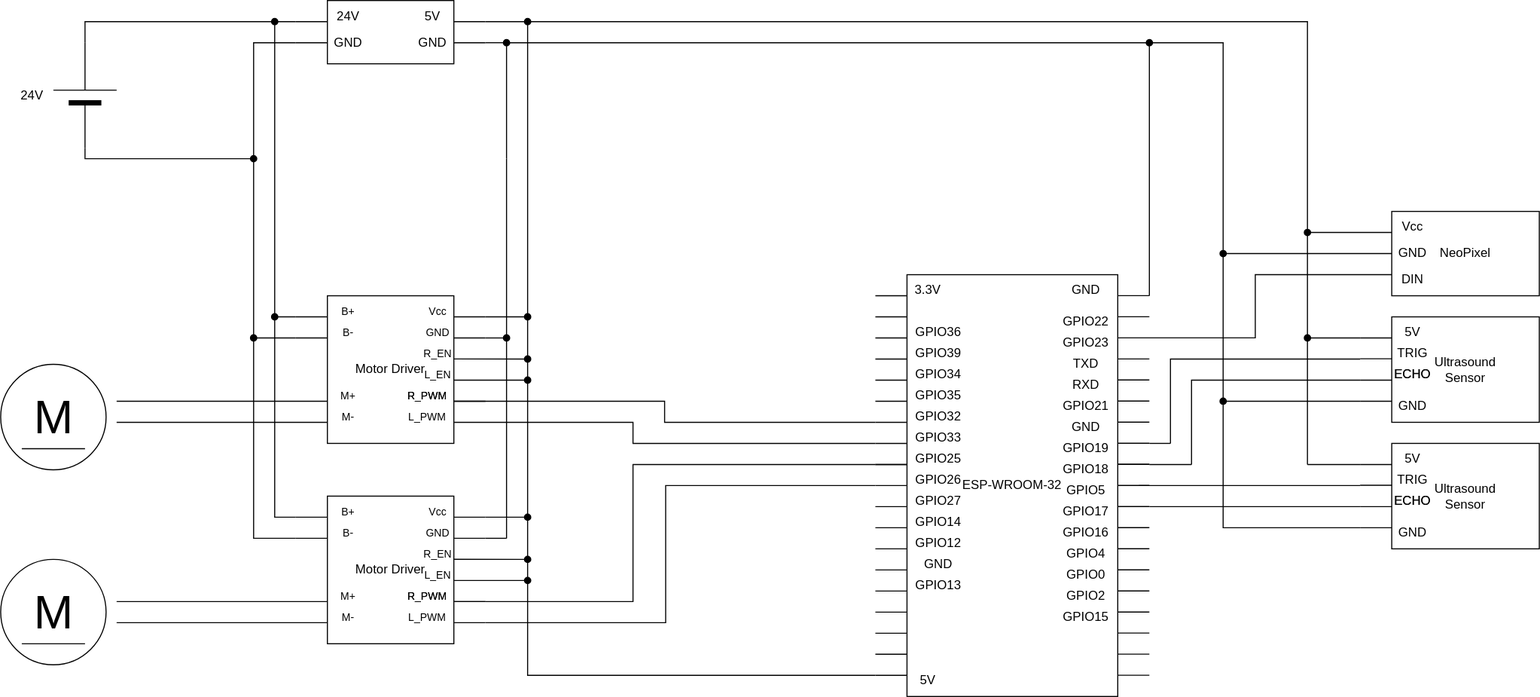
Above: docs/hardware/mymachine.drawio.svg in BrnoMarsRover/myMachine-Fan (draw.io), before the change. Source tidied: cells renumbered, new cells last; positions are measured from the earlier drawing's top-left corner, leaving out a move shared by most shapes.
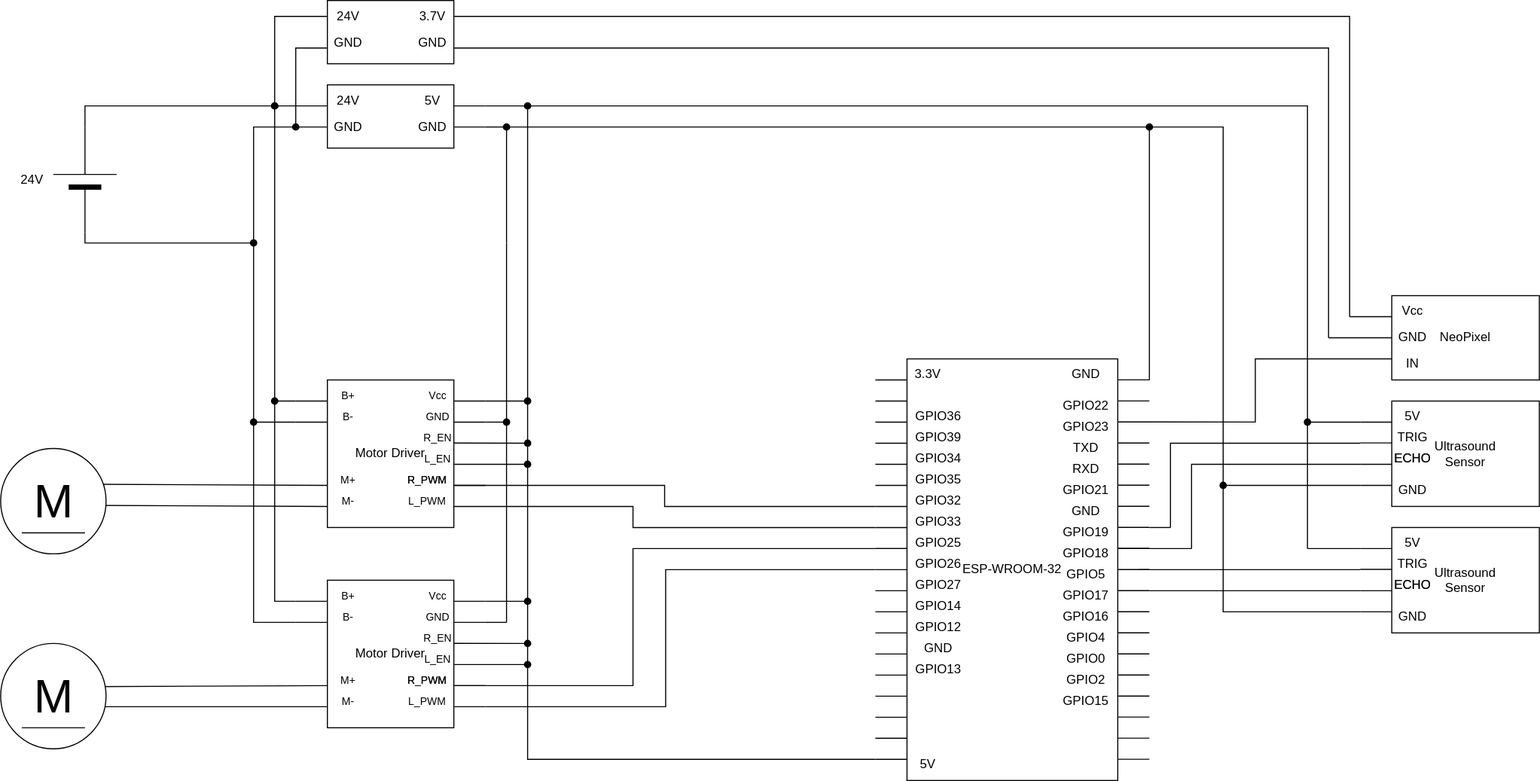
After the change.

Commit message:
Přidán 3.7V DCDC měnič do schéma

Diff of the diagram source:
```diff
@@ -2,6 +2,44 @@
   <root>
     <mxCell id="0" />
     <mxCell id="1" parent="0" />
+    <mxCell id="193" style="group;" parent="1" vertex="1">
+      <mxGeometry x="300" y="-80" width="140" height="60" as="geometry" />
+    </mxCell>
+    <mxCell id="194" style="rounded=0;whiteSpace=wrap;html=1;" parent="193" vertex="1">
+      <mxGeometry x="10" width="120" height="60" as="geometry" />
+    </mxCell>
+    <mxCell id="195" value="24V" style="text;html=1;whiteSpace=wrap;strokeColor=none;fillColor=none;align=center;verticalAlign=middle;rounded=0;" parent="193" vertex="1">
+      <mxGeometry width="60" height="30" as="geometry" />
+    </mxCell>
+    <mxCell id="196" value="GND" style="text;html=1;whiteSpace=wrap;strokeColor=none;fillColor=none;align=center;verticalAlign=middle;rounded=0;" parent="193" vertex="1">
+      <mxGeometry y="25" width="60" height="30" as="geometry" />
+    </mxCell>
+    <mxCell id="197" value="GND" style="text;html=1;whiteSpace=wrap;strokeColor=none;fillColor=none;align=center;verticalAlign=middle;rounded=0;" parent="193" vertex="1">
+      <mxGeometry x="80" y="25" width="60" height="30" as="geometry" />
+    </mxCell>
+    <mxCell id="198" value="3.7V" style="text;html=1;whiteSpace=wrap;strokeColor=none;fillColor=none;align=center;verticalAlign=middle;rounded=0;" parent="193" vertex="1">
+      <mxGeometry x="80" width="60" height="30" as="geometry" />
+    </mxCell>
+    <mxCell id="199" style="edgeStyle=orthogonalEdgeStyle;rounded=0;jettySize=auto;html=1;exitX=0;exitY=0.75;exitDx=0;exitDy=0;endArrow=oval;endFill=1;" parent="193" edge="1" source="194">
+      <mxGeometry relative="1" as="geometry">
+        <mxPoint x="-20" y="120" as="targetPoint" />
+      </mxGeometry>
+    </mxCell>
+    <mxCell id="200" style="edgeStyle=orthogonalEdgeStyle;rounded=0;jettySize=auto;html=1;exitX=0;exitY=0.25;exitDx=0;exitDy=0;endArrow=oval;endFill=1;" parent="193" edge="1" source="194">
+      <mxGeometry relative="1" as="geometry">
+        <mxPoint x="-40" y="100" as="targetPoint" />
+      </mxGeometry>
+    </mxCell>
+    <mxCell id="201" style="edgeStyle=orthogonalEdgeStyle;rounded=0;jettySize=auto;html=1;exitX=1;exitY=0.25;exitDx=0;exitDy=0;endArrow=none;endFill=0;" parent="193" edge="1" source="194">
+      <mxGeometry relative="1" as="geometry">
+        <mxPoint x="980" y="300" as="targetPoint" />
+      </mxGeometry>
+    </mxCell>
+    <mxCell id="202" style="edgeStyle=orthogonalEdgeStyle;rounded=0;jettySize=auto;html=1;exitX=1;exitY=0.75;exitDx=0;exitDy=0;endArrow=none;endFill=0;" parent="193" edge="1" source="194">
+      <mxGeometry relative="1" as="geometry">
+        <mxPoint x="960" y="320" as="targetPoint" />
+      </mxGeometry>
+    </mxCell>
     <mxCell id="2" value="ESP-WROOM-32" style="rounded=0;whiteSpace=wrap;html=1;" parent="1" vertex="1">
       <mxGeometry x="860" y="260" width="200" height="400" as="geometry" />
     </mxCell>
@@ -285,13 +323,13 @@
     </mxCell>
     <mxCell id="50" style="endArrow=none;html=1;rounded=0;entryX=0.002;entryY=0.12;entryDx=0;entryDy=0;entryPerimeter=0;" parent="1" edge="1">
       <mxGeometry relative="1" as="geometry">
-        <mxPoint x="110" y="380" as="sourcePoint" />
+        <mxPoint x="86" y="379" as="sourcePoint" />
         <mxPoint x="310" y="380" as="targetPoint" />
       </mxGeometry>
     </mxCell>
     <mxCell id="51" style="endArrow=none;html=1;rounded=0;entryX=0.002;entryY=0.12;entryDx=0;entryDy=0;entryPerimeter=0;" parent="1" edge="1">
       <mxGeometry relative="1" as="geometry">
-        <mxPoint x="110" y="400" as="sourcePoint" />
+        <mxPoint x="77" y="399" as="sourcePoint" />
         <mxPoint x="310" y="400" as="targetPoint" />
       </mxGeometry>
     </mxCell>
@@ -395,13 +433,13 @@
     </mxCell>
     <mxCell id="73" style="endArrow=none;html=1;rounded=0;entryX=0.002;entryY=0.12;entryDx=0;entryDy=0;entryPerimeter=0;" parent="1" edge="1">
       <mxGeometry relative="1" as="geometry">
-        <mxPoint x="110" y="570" as="sourcePoint" />
+        <mxPoint x="82" y="571" as="sourcePoint" />
         <mxPoint x="310" y="570" as="targetPoint" />
       </mxGeometry>
     </mxCell>
     <mxCell id="74" style="endArrow=none;html=1;rounded=0;entryX=0.002;entryY=0.12;entryDx=0;entryDy=0;entryPerimeter=0;" parent="1" edge="1">
       <mxGeometry relative="1" as="geometry">
-        <mxPoint x="110" y="590" as="sourcePoint" />
+        <mxPoint x="90" y="590" as="sourcePoint" />
         <mxPoint x="310" y="590" as="targetPoint" />
       </mxGeometry>
     </mxCell>
@@ -939,14 +977,14 @@
     <mxCell id="186" value="GPIO13" style="text;html=1;whiteSpace=wrap;strokeColor=none;fillColor=none;align=center;verticalAlign=middle;rounded=0;" parent="1" vertex="1">
       <mxGeometry x="860" y="540" width="60" height="30" as="geometry" />
     </mxCell>
-    <mxCell id="187" style="edgeStyle=orthogonalEdgeStyle;rounded=0;jettySize=auto;html=1;exitX=0;exitY=0.25;exitDx=0;exitDy=0;endArrow=oval;endFill=1;" parent="1" edge="1" source="189">
+    <mxCell id="187" style="edgeStyle=orthogonalEdgeStyle;rounded=0;jettySize=auto;html=1;exitX=0;exitY=0.25;exitDx=0;exitDy=0;endArrow=none;endFill=0;" parent="1" edge="1" source="189">
       <mxGeometry relative="1" as="geometry">
-        <mxPoint x="1240" y="220" as="targetPoint" />
+        <mxPoint x="1280" y="220" as="targetPoint" />
       </mxGeometry>
     </mxCell>
-    <mxCell id="188" style="edgeStyle=orthogonalEdgeStyle;rounded=0;jettySize=auto;html=1;exitX=0;exitY=0.5;exitDx=0;exitDy=0;endArrow=oval;endFill=1;" parent="1" edge="1" source="189">
+    <mxCell id="188" style="edgeStyle=orthogonalEdgeStyle;rounded=0;jettySize=auto;html=1;exitX=0;exitY=0.5;exitDx=0;exitDy=0;endArrow=none;endFill=0;" parent="1" edge="1" source="189">
       <mxGeometry relative="1" as="geometry">
-        <mxPoint x="1160" y="240" as="targetPoint" />
+        <mxPoint x="1260" y="240" as="targetPoint" />
       </mxGeometry>
     </mxCell>
     <mxCell id="189" value="NeoPixel" style="whiteSpace=wrap;html=1;" parent="1" vertex="1">
@@ -958,7 +996,7 @@
     <mxCell id="191" value="GND" style="text;html=1;whiteSpace=wrap;strokeColor=none;fillColor=none;align=center;verticalAlign=middle;rounded=0;" parent="1" vertex="1">
       <mxGeometry x="1310" y="225" width="60" height="30" as="geometry" />
     </mxCell>
-    <mxCell id="192" value="DIN" style="text;html=1;whiteSpace=wrap;strokeColor=none;fillColor=none;align=center;verticalAlign=middle;rounded=0;" parent="1" vertex="1">
+    <mxCell id="192" value="IN" style="text;html=1;whiteSpace=wrap;strokeColor=none;fillColor=none;align=center;verticalAlign=middle;rounded=0;" parent="1" vertex="1">
       <mxGeometry x="1310" y="250" width="60" height="30" as="geometry" />
     </mxCell>
   </root>
```
